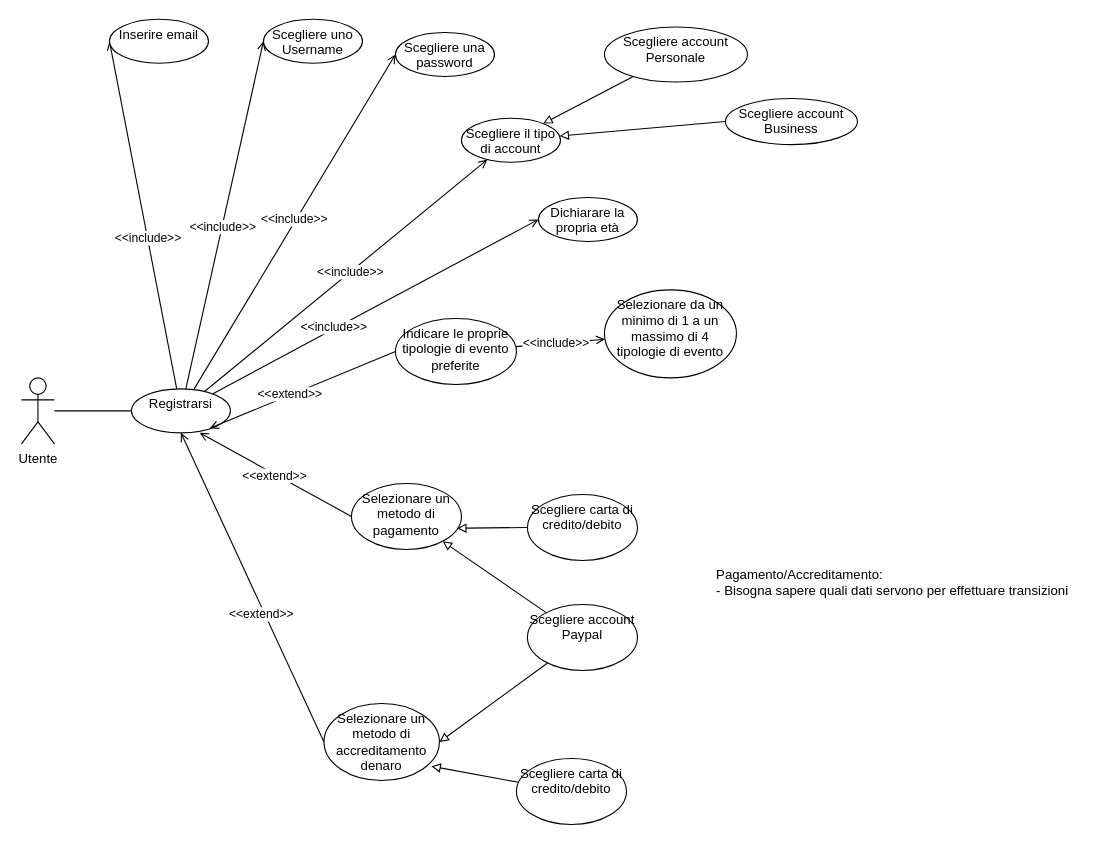
Above: UseCase/RF02_Registrazione/Registrazione.drawio in 4spot-team/documentation (draw.io), before the change. Source tidied: cells renumbered, new cells numbered last; positions are measured from the earlier drawing's top-left corner, leaving out a move shared by most shapes. Both pictures are drawn from the tidied source at 110%, with x=0, y=0 at pixel (21, 19).
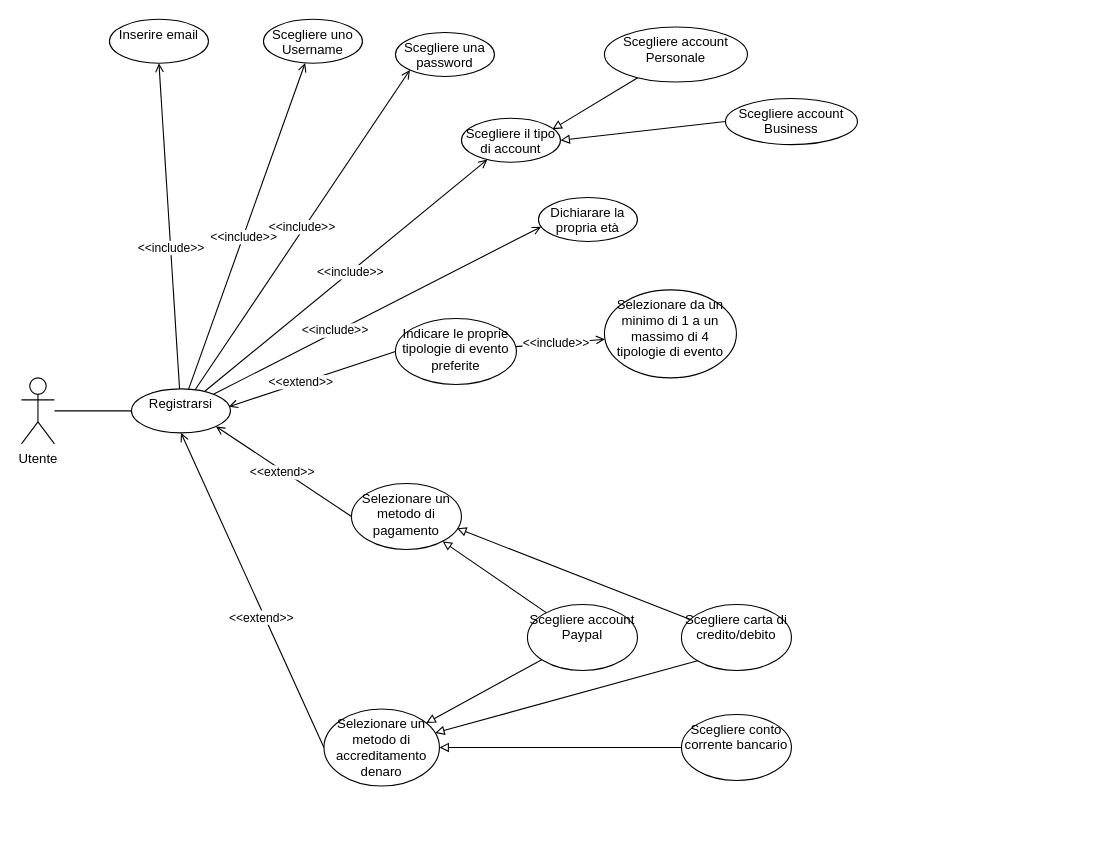
The same page after the edit.

The change refers to these unchanged cells:
```xml
<mxCell id="14" value="Registrarsi" style="ellipse;whiteSpace=wrap;html=1;verticalAlign=top;" parent="1" vertex="1">
  <mxGeometry x="100" y="336" width="90" height="40" as="geometry" />
</mxCell>
<mxCell id="15" value="Inserire email" style="ellipse;whiteSpace=wrap;html=1;verticalAlign=top;" parent="1" vertex="1">
  <mxGeometry x="80" width="90" height="40" as="geometry" />
</mxCell>
<mxCell id="16" value="Scegliere uno Username" style="ellipse;whiteSpace=wrap;html=1;verticalAlign=top;" parent="1" vertex="1">
  <mxGeometry x="220" width="90" height="40" as="geometry" />
</mxCell>
<mxCell id="17" value="Scegliere una password" style="ellipse;whiteSpace=wrap;html=1;verticalAlign=top;" parent="1" vertex="1">
  <mxGeometry x="340" y="12" width="90" height="40" as="geometry" />
</mxCell>
<mxCell id="20" value="Scegliere il tipo di account" style="ellipse;whiteSpace=wrap;html=1;verticalAlign=top;" parent="1" vertex="1">
  <mxGeometry x="400" y="90" width="90" height="40" as="geometry" />
</mxCell>
<mxCell id="21" value="Dichiarare la propria età" style="ellipse;whiteSpace=wrap;html=1;verticalAlign=top;" parent="1" vertex="1">
  <mxGeometry x="470" y="162" width="90" height="40" as="geometry" />
</mxCell>
<mxCell id="28" value="Indicare le proprie tipologie di evento preferite" style="ellipse;whiteSpace=wrap;html=1;verticalAlign=top;" parent="1" vertex="1">
  <mxGeometry x="340" y="272" width="110" height="60" as="geometry" />
</mxCell>
<mxCell id="30" value="Selezionare un metodo di pagamento" style="ellipse;whiteSpace=wrap;html=1;verticalAlign=top;" parent="1" vertex="1">
  <mxGeometry x="300" y="422" width="100" height="60" as="geometry" />
</mxCell>
<mxCell id="35" value="Scegliere account Personale" style="ellipse;whiteSpace=wrap;html=1;verticalAlign=top;" parent="1" vertex="1">
  <mxGeometry x="530" y="7" width="130" height="50" as="geometry" />
</mxCell>
<mxCell id="36" value="Scegliere account Business" style="ellipse;whiteSpace=wrap;html=1;verticalAlign=top;" parent="1" vertex="1">
  <mxGeometry x="640" y="72" width="120" height="42" as="geometry" />
</mxCell>
<mxCell id="38" value="Scegliere account Paypal" style="ellipse;whiteSpace=wrap;html=1;verticalAlign=top;" parent="1" vertex="1">
  <mxGeometry x="460" y="532" width="100" height="60" as="geometry" />
</mxCell>
```

What changed in the source:
```diff
@@
-    <mxCell id="4" style="edgeStyle=none;rounded=0;jettySize=auto;html=1;entryX=0;entryY=0.5;entryDx=0;entryDy=0;endArrow=open;endFill=0;" parent="1" edge="1" source="14" target="15">
+    <mxCell id="4" style="edgeStyle=none;rounded=0;jettySize=auto;html=1;entryX=0.5;entryY=1;entryDx=0;entryDy=0;endArrow=open;endFill=0;" parent="1" edge="1" source="14" target="15">
       <mxGeometry relative="1" as="geometry" />
     </mxCell>
@@
-    <mxCell id="6" style="edgeStyle=none;rounded=0;jettySize=auto;html=1;entryX=0;entryY=0.5;entryDx=0;entryDy=0;endArrow=open;endFill=0;" parent="1" edge="1" source="14" target="16">
+    <mxCell id="6" style="edgeStyle=none;rounded=0;jettySize=auto;html=1;endArrow=open;endFill=0;" parent="1" edge="1" source="14" target="16">
       <mxGeometry relative="1" as="geometry" />
     </mxCell>
@@
-    <mxCell id="8" style="edgeStyle=none;rounded=0;jettySize=auto;html=1;entryX=0;entryY=0.5;entryDx=0;entryDy=0;endArrow=open;endFill=0;" parent="1" edge="1" source="14" target="17">
+    <mxCell id="8" style="edgeStyle=none;rounded=0;jettySize=auto;html=1;entryX=0;entryY=1;entryDx=0;entryDy=0;endArrow=open;endFill=0;" parent="1" edge="1" source="14" target="17">
       <mxGeometry relative="1" as="geometry" />
     </mxCell>
@@
-    <mxCell id="12" style="edgeStyle=none;rounded=0;jettySize=auto;html=1;entryX=0;entryY=0.5;entryDx=0;entryDy=0;endArrow=open;endFill=0;" parent="1" edge="1" source="14" target="21">
+    <mxCell id="12" style="edgeStyle=none;rounded=0;jettySize=auto;html=1;entryX=0.027;entryY=0.667;entryDx=0;entryDy=0;endArrow=open;endFill=0;entryPerimeter=0;" parent="1" edge="1" source="14" target="21">
       <mxGeometry relative="1" as="geometry" />
     </mxCell>
@@
-    <mxCell id="18" style="edgeStyle=none;rounded=0;jettySize=auto;html=1;endArrow=block;endFill=0;" parent="1" edge="1" source="35" target="20">
+    <mxCell id="18" style="edgeStyle=none;rounded=0;jettySize=auto;html=1;endArrow=block;endFill=0;entryX=0.92;entryY=0.25;entryDx=0;entryDy=0;entryPerimeter=0;" parent="1" edge="1" source="35" target="20">
       <mxGeometry relative="1" as="geometry" />
     </mxCell>
-    <mxCell id="19" style="edgeStyle=none;rounded=0;jettySize=auto;html=1;endArrow=block;endFill=0;exitX=0;exitY=0.5;exitDx=0;exitDy=0;" parent="1" edge="1" source="36" target="20">
-      <mxGeometry relative="1" as="geometry" />
+    <mxCell id="19" style="edgeStyle=none;rounded=0;jettySize=auto;html=1;endArrow=block;endFill=0;exitX=0;exitY=0.5;exitDx=0;exitDy=0;" parent="1" edge="1" source="36">
+      <mxGeometry relative="1" as="geometry">
+        <mxPoint x="490" y="110" as="targetPoint" />
+      </mxGeometry>
     </mxCell>
@@
-    <mxCell id="22" style="edgeStyle=none;rounded=0;jettySize=auto;html=1;entryX=0.791;entryY=0.896;entryDx=0;entryDy=0;entryPerimeter=0;endArrow=open;endFill=0;exitX=0;exitY=0.5;exitDx=0;exitDy=0;" parent="1" edge="1" source="28" target="14">
+    <mxCell id="22" style="edgeStyle=none;rounded=0;jettySize=auto;html=1;entryX=0.983;entryY=0.406;entryDx=0;entryDy=0;entryPerimeter=0;endArrow=open;endFill=0;exitX=0;exitY=0.5;exitDx=0;exitDy=0;" parent="1" edge="1" source="28" target="14">
       <mxGeometry relative="1" as="geometry" />
     </mxCell>
@@
-    <mxCell id="24" style="edgeStyle=none;rounded=0;jettySize=auto;html=1;entryX=0.689;entryY=1;entryDx=0;entryDy=0;endArrow=open;endFill=0;exitX=0;exitY=0.5;exitDx=0;exitDy=0;entryPerimeter=0;" parent="1" edge="1" source="30" target="14">
+    <mxCell id="24" style="edgeStyle=none;rounded=0;jettySize=auto;html=1;entryX=1;entryY=1;entryDx=0;entryDy=0;endArrow=open;endFill=0;exitX=0;exitY=0.5;exitDx=0;exitDy=0;" parent="1" edge="1" source="30" target="14">
       <mxGeometry relative="1" as="geometry" />
     </mxCell>
@@
     <mxCell id="33" value="Selezionare un metodo di accreditamento denaro" style="ellipse;whiteSpace=wrap;html=1;verticalAlign=top;" parent="1" vertex="1">
-      <mxGeometry x="275" y="622" width="105" height="70" as="geometry" />
+      <mxGeometry x="275" y="627" width="105" height="70" as="geometry" />
     </mxCell>
@@
-    <mxCell id="37" style="edgeStyle=none;rounded=0;jettySize=auto;html=1;entryX=1;entryY=0.5;entryDx=0;entryDy=0;endArrow=block;endFill=0;" parent="1" edge="1" source="38" target="33">
+    <mxCell id="37" style="edgeStyle=none;rounded=0;jettySize=auto;html=1;endArrow=block;endFill=0;" parent="1" edge="1" source="38" target="33">
       <mxGeometry relative="1" as="geometry" />
     </mxCell>
@@
     <mxCell id="40" value="Scegliere carta di credito/debito" style="ellipse;whiteSpace=wrap;html=1;verticalAlign=top;" parent="1" vertex="1">
-      <mxGeometry x="460" y="432" width="100" height="60" as="geometry" />
+      <mxGeometry x="600" y="532" width="100" height="60" as="geometry" />
     </mxCell>
-    <mxCell id="41" style="edgeStyle=none;rounded=0;jettySize=auto;html=1;entryX=0.93;entryY=0.816;entryDx=0;entryDy=0;entryPerimeter=0;endArrow=block;endFill=0;" parent="1" edge="1" source="42" target="33">
+    <mxCell id="41" style="edgeStyle=none;rounded=0;jettySize=auto;html=1;endArrow=block;endFill=0;exitX=0;exitY=1;exitDx=0;exitDy=0;" parent="1" edge="1" source="40" target="33">
       <mxGeometry relative="1" as="geometry" />
     </mxCell>
-    <mxCell id="42" value="Scegliere carta di credito/debito" style="ellipse;whiteSpace=wrap;html=1;verticalAlign=top;" parent="1" vertex="1">
-      <mxGeometry x="450" y="672" width="100" height="60" as="geometry" />
-    </mxCell>
-    <mxCell id="43" value="Pagamento/Accreditamento:&lt;br&gt;- Bisogna sapere quali dati servono per effettuare transizioni" style="text;html=1;align=left;verticalAlign=middle;fillColor=none;strokeColor=none;rounded=0;" parent="1" vertex="1">
-      <mxGeometry x="630" y="492" width="340" height="40" as="geometry" />
-    </mxCell>
+    <mxCell id="44" style="rounded=0;jettySize=auto;html=1;endArrow=block;endFill=0;" parent="1" edge="1" source="45" target="33">
+      <mxGeometry relative="1" as="geometry" />
+    </mxCell>
+    <mxCell id="45" value="Scegliere conto corrente bancario" style="ellipse;whiteSpace=wrap;html=1;verticalAlign=top;" parent="1" vertex="1">
+      <mxGeometry x="600" y="632" width="100" height="60" as="geometry" />
+    </mxCell>
```
